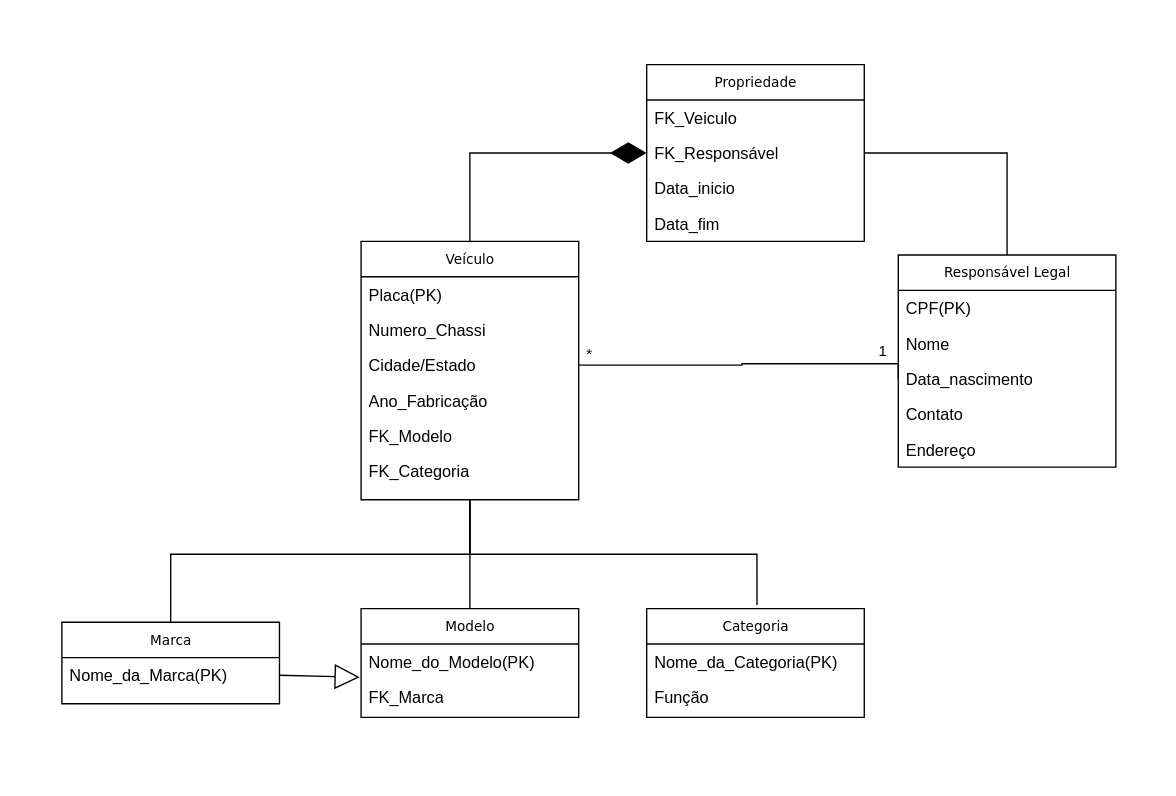
This is 4_questao_notacao_UML.drawio from YuriGil/Prova-Neobiz, a draw.io file, before an edit. Source tidied: cells renumbered, new cells numbered last; positions are measured from the earlier drawing's top-left corner, leaving out a move shared by most shapes. Both pictures are drawn from the tidied source at 136%, with x=0, y=0 at pixel (61, 64).
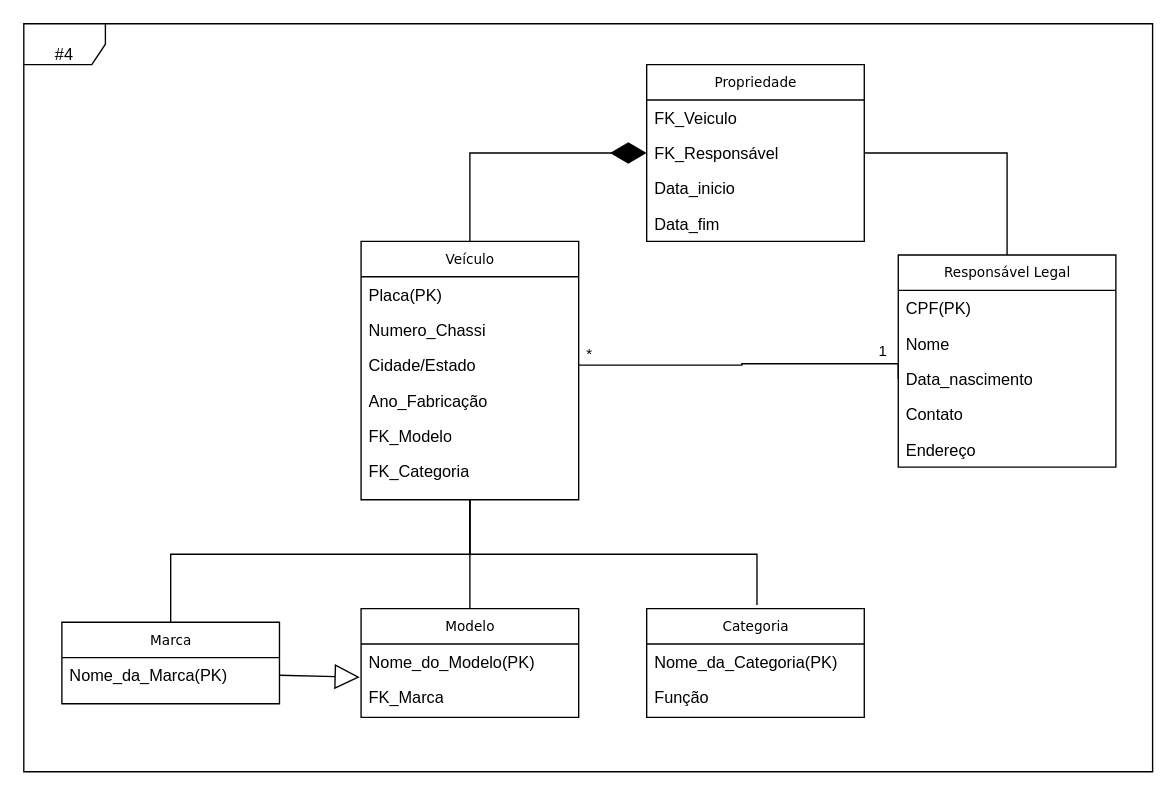
The same page after the edit.

The edit, as a diff of the source:
```diff
@@
+    <mxCell id="40" value="&lt;div&gt;&lt;br&gt;&lt;/div&gt;&lt;div&gt;#4&lt;/div&gt;" style="shape=umlFrame;whiteSpace=wrap;html=1;" parent="1" vertex="1">
+      <mxGeometry x="-28" y="-30" width="830" height="550" as="geometry" />
+    </mxCell>
```
